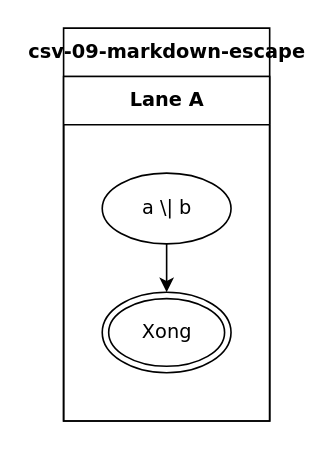
luytbq/flowcast keeps this draw.io diagram as conformance/golden/cases/csv-09-markdown-escape.drawio. Above is the earlier version. Source tidied: cells renumbered, new cells numbered last; positions are measured from the earlier drawing's top-left corner, leaving out a move shared by most shapes. Both pictures are drawn from the tidied source at 161%, with x=0, y=0 at pixel (63, 27).
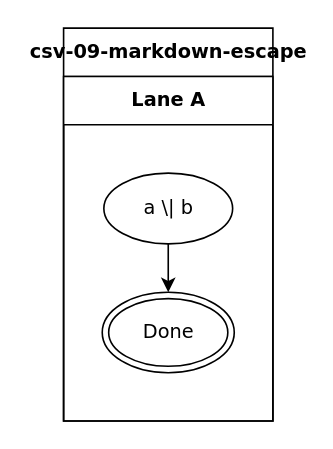
The same diagram, later.

What changed in the source:
```diff
@@
 <mxGraphModel>
   <root>
     <mxCell id="0" />
     <mxCell id="1" parent="0" />
     <mxCell id="2" value="csv-09-markdown-escape" style="swimlane;html=1;startSize=30;fontStyle=1;fontFamily=Verdana;fontSize=12;flowtable=1;" parent="1" vertex="1">
-      <mxGeometry width="128" height="244" as="geometry" />
+      <mxGeometry width="130" height="244" as="geometry" />
     </mxCell>
     <mxCell id="3" value="Lane A" style="swimlane;html=1;startSize=30;fontFamily=Verdana;fontSize=12;flowtable=1;" parent="2" vertex="1">
-      <mxGeometry y="30" width="128" height="214" as="geometry" />
+      <mxGeometry y="30" width="130" height="214" as="geometry" />
     </mxCell>
     <mxCell id="4" value="a \| b" style="ellipse;html=1;fontFamily=Verdana;fontSize=12;flowtable=1;" parent="3" vertex="1">
-      <mxGeometry x="24" y="60" width="80" height="44" as="geometry" />
+      <mxGeometry x="25" y="60" width="80" height="44" as="geometry" />
     </mxCell>
-    <mxCell id="5" value="Xong" style="shape=doubleEllipse;html=1;fontFamily=Verdana;fontSize=12;flowtable=1;" parent="3" vertex="1">
-      <mxGeometry x="24" y="134" width="80" height="50" as="geometry" />
+    <mxCell id="5" value="Done" style="shape=doubleEllipse;html=1;fontFamily=Verdana;fontSize=12;flowtable=1;" parent="3" vertex="1">
+      <mxGeometry x="24" y="134" width="82" height="50" as="geometry" />
     </mxCell>
     <mxCell id="6" style="edgeStyle=orthogonalEdgeStyle;rounded=0;jettySize=auto;html=1;labelBackgroundColor=default;exitX=0.5;exitY=1;exitDx=0;exitDy=0;entryX=0.5;entryY=0;entryDx=0;entryDy=0;fontFamily=Verdana;fontSize=12;flowtable=1;" parent="2" edge="1" source="4" target="5">
       <mxGeometry relative="1" as="geometry" />
     </mxCell>
   </root>
 </mxGraphModel>
```
